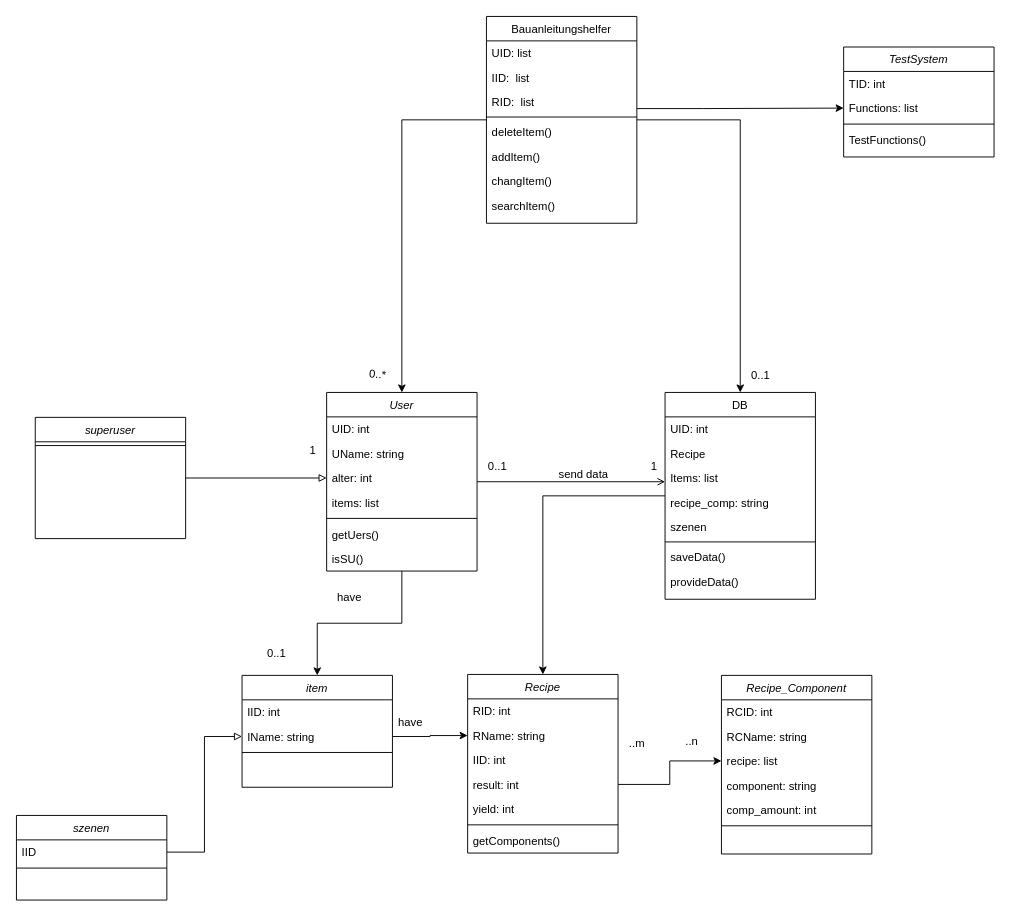
The draw.io diagram klassendiabauantleitungshelfer.drawio in schattnkatz98/Team-Projekt-Michael-u-Julian, before the edit. Source tidied: cells renumbered, new cells numbered last; positions are measured from the earlier drawing's top-left corner, leaving out a move shared by most shapes. Both pictures are drawn from the tidied source at 94%, with x=0, y=0 at pixel (16, 16).
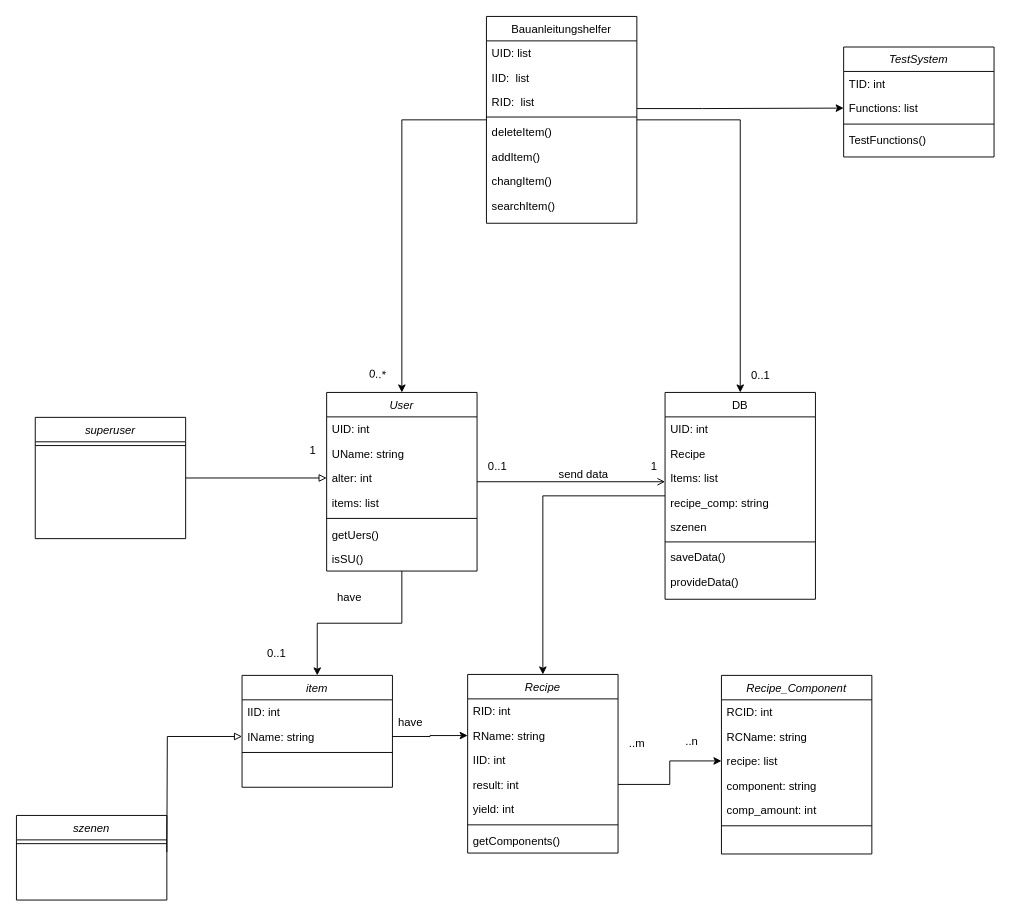
The same page after the edit.

The change refers to these unchanged cells:
```xml
<mxCell id="27" value="IName: string" style="text;align=left;verticalAlign=top;spacingLeft=4;spacingRight=4;overflow=hidden;points=[[0,0.5],[1,0.5]];portConstraint=eastwest;rounded=0;shadow=0;html=0;" parent="25" vertex="1">
  <mxGeometry y="52" width="160" height="26" as="geometry" />
</mxCell>
<mxCell id="74" value="szenen" style="swimlane;fontStyle=2;align=center;verticalAlign=top;horizontal=1;startSize=26;rounded=0;shadow=0;strokeWidth=1;" parent="1" vertex="1">
  <mxGeometry y="850" width="160" height="90" as="geometry" />
</mxCell>
```

What changed in the source:
```diff
@@
-    <mxCell id="75" value="IID" style="text;align=left;verticalAlign=top;spacingLeft=4;spacingRight=4;overflow=hidden;points=[[0,0.5],[1,0.5]];portConstraint=eastwest;" parent="74" vertex="1">
-      <mxGeometry y="26" width="160" height="26" as="geometry" />
-    </mxCell>
     <mxCell id="76" style="line;html=1;strokeWidth=1;align=left;verticalAlign=middle;spacingTop=-1;spacingLeft=3;spacingRight=3;labelPosition=right;" parent="74" vertex="1">
-      <mxGeometry y="52" width="160" height="8" as="geometry" />
+      <mxGeometry y="26" width="160" height="8" as="geometry" />
     </mxCell>
-    <mxCell id="77" style="edgeStyle=orthogonalEdgeStyle;rounded=0;jettySize=auto;html=1;entryX=0;entryY=0.5;entryDx=0;entryDy=0;endArrow=block;endFill=0;" parent="1" edge="1" source="75" target="27">
-      <mxGeometry relative="1" as="geometry" />
+    <mxCell id="77" style="edgeStyle=orthogonalEdgeStyle;rounded=0;jettySize=auto;html=1;entryX=0;entryY=0.5;entryDx=0;entryDy=0;endArrow=block;endFill=0;" parent="1" edge="1" target="27">
+      <mxGeometry relative="1" as="geometry">
+        <mxPoint x="160" y="889.1" as="sourcePoint" />
+      </mxGeometry>
     </mxCell>
```
